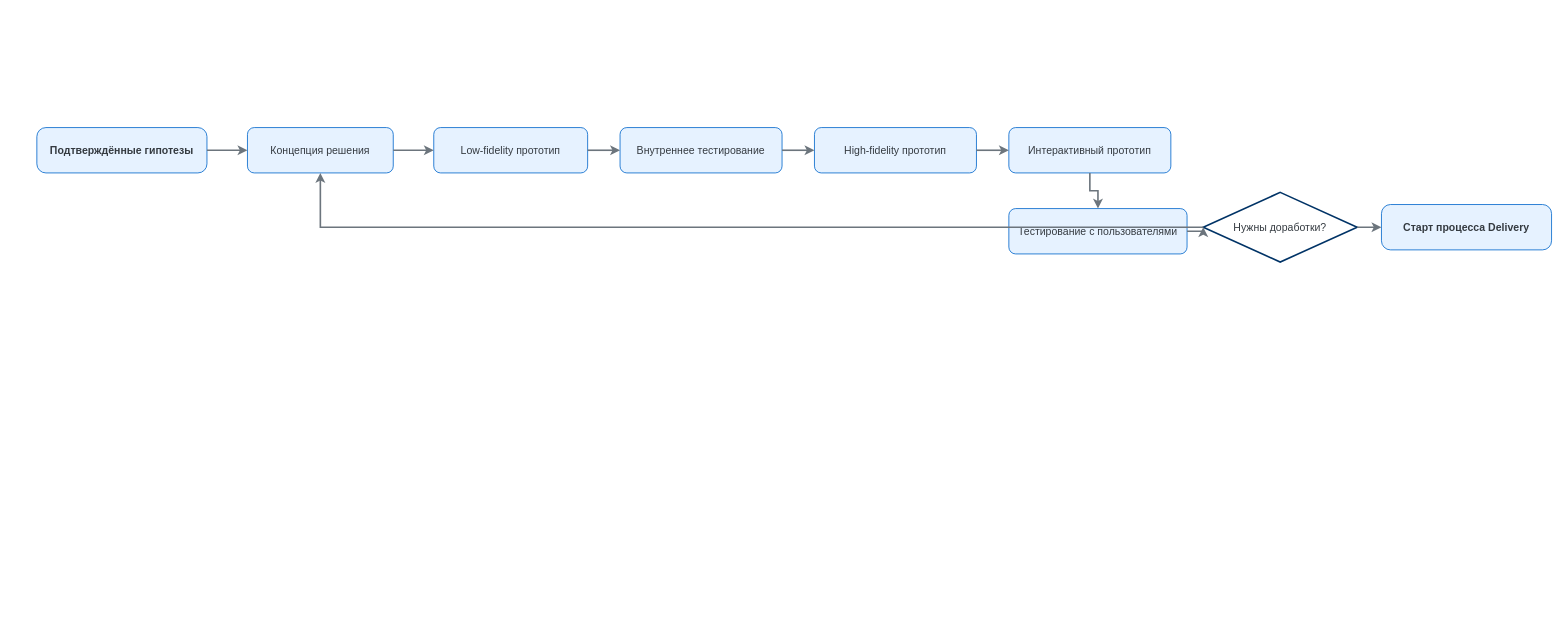
The draw.io diagram тестыИИ/discovery/drawio/03-phase-2-2-prototyping.drawio in jackrescuer-gif/Discovery-in-value, before the edit. Source tidied: cells renumbered, new cells numbered last; positions are measured from the earlier drawing's top-left corner, leaving out a move shared by most shapes. Both pictures are drawn from the tidied source at 81%, with x=0, y=0 at pixel (36, 127).
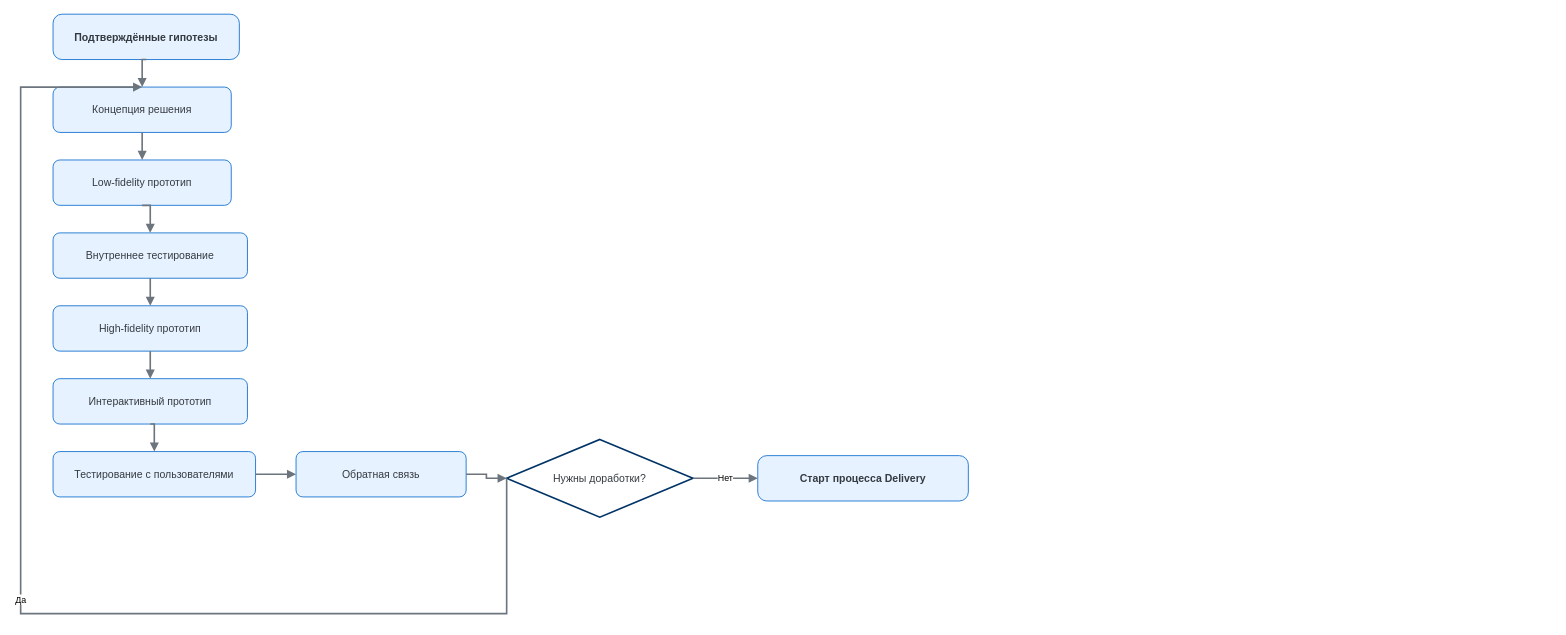
The same page after the edit.

Change to the diagram source:
```diff
@@
     <mxCell id="2" value="Подтверждённые гипотезы" style="rounded=1;whiteSpace=wrap;html=1;arcSize=20;fillColor=#E6F2FF;strokeColor=#0066CC;fontColor=#343A40;fontSize=13;fontStyle=1;" parent="1" vertex="1">
-      <mxGeometry width="210" height="56" as="geometry" />
+      <mxGeometry x="20" y="-140" width="230" height="56" as="geometry" />
     </mxCell>
     <mxCell id="3" value="Концепция решения" style="rounded=1;whiteSpace=wrap;html=1;fillColor=#E6F2FF;strokeColor=#0066CC;fontColor=#343A40;fontSize=13;" parent="1" vertex="1">
-      <mxGeometry x="260" width="180" height="56" as="geometry" />
+      <mxGeometry x="20" y="-50" width="220" height="56" as="geometry" />
     </mxCell>
     <mxCell id="4" value="Low-fidelity прототип" style="rounded=1;whiteSpace=wrap;html=1;fillColor=#E6F2FF;strokeColor=#0066CC;fontColor=#343A40;fontSize=13;" parent="1" vertex="1">
-      <mxGeometry x="490" width="190" height="56" as="geometry" />
+      <mxGeometry x="20" y="40" width="220" height="56" as="geometry" />
     </mxCell>
     <mxCell id="5" value="Внутреннее тестирование" style="rounded=1;whiteSpace=wrap;html=1;fillColor=#E6F2FF;strokeColor=#0066CC;fontColor=#343A40;fontSize=13;" parent="1" vertex="1">
-      <mxGeometry x="720" width="200" height="56" as="geometry" />
+      <mxGeometry x="20" y="130" width="240" height="56" as="geometry" />
     </mxCell>
     <mxCell id="6" value="High-fidelity прототип" style="rounded=1;whiteSpace=wrap;html=1;fillColor=#E6F2FF;strokeColor=#0066CC;fontColor=#343A40;fontSize=13;" parent="1" vertex="1">
-      <mxGeometry x="960" width="200" height="56" as="geometry" />
+      <mxGeometry x="20" y="220" width="240" height="56" as="geometry" />
     </mxCell>
     <mxCell id="7" value="Интерактивный прототип" style="rounded=1;whiteSpace=wrap;html=1;fillColor=#E6F2FF;strokeColor=#0066CC;fontColor=#343A40;fontSize=13;" parent="1" vertex="1">
-      <mxGeometry x="1200" width="200" height="56" as="geometry" />
+      <mxGeometry x="20" y="310" width="240" height="56" as="geometry" />
     </mxCell>
     <mxCell id="8" value="Тестирование с пользователями" style="rounded=1;whiteSpace=wrap;html=1;fillColor=#E6F2FF;strokeColor=#0066CC;fontColor=#343A40;fontSize=13;" parent="1" vertex="1">
-      <mxGeometry x="1200" y="100" width="220" height="56" as="geometry" />
+      <mxGeometry x="20" y="400" width="250" height="56" as="geometry" />
     </mxCell>
+    <mxCell id="20" value="Обратная связь" style="rounded=1;whiteSpace=wrap;html=1;fillColor=#E6F2FF;strokeColor=#0066CC;fontColor=#343A40;fontSize=13;" parent="1" vertex="1">
+      <mxGeometry x="320" y="400" width="210" height="56" as="geometry" />
+    </mxCell>
     <mxCell id="9" value="Нужны доработки?" style="rhombus;whiteSpace=wrap;html=1;fillColor=#FFFFFF;strokeColor=#003366;strokeWidth=2;fontColor=#343A40;fontSize=13;" parent="1" vertex="1">
-      <mxGeometry x="1440" y="80" width="190" height="86" as="geometry" />
+      <mxGeometry x="580" y="385" width="230" height="96" as="geometry" />
     </mxCell>
     <mxCell id="10" value="Старт процесса Delivery" style="rounded=1;whiteSpace=wrap;html=1;arcSize=20;fillColor=#E6F2FF;strokeColor=#0066CC;fontColor=#343A40;fontSize=13;fontStyle=1;" parent="1" vertex="1">
-      <mxGeometry x="1660" y="95" width="210" height="56" as="geometry" />
+      <mxGeometry x="890" y="405" width="260" height="56" as="geometry" />
     </mxCell>
-    <mxCell id="11" style="edgeStyle=orthogonalEdgeStyle;rounded=0;jettySize=auto;html=1;strokeColor=#6C757D;strokeWidth=2;" parent="1" edge="1" source="2" target="3">
+    <mxCell id="11" style="edgeStyle=orthogonalEdgeStyle;rounded=0;jettySize=auto;html=1;strokeColor=#6C757D;strokeWidth=2;endArrow=block;endFill=1;exitX=0.5;exitY=1;entryX=0.5;entryY=0;" parent="1" edge="1" source="2" target="3">
       <mxGeometry relative="1" as="geometry" />
     </mxCell>
-    <mxCell id="12" style="edgeStyle=orthogonalEdgeStyle;rounded=0;jettySize=auto;html=1;strokeColor=#6C757D;strokeWidth=2;" parent="1" edge="1" source="3" target="4">
+    <mxCell id="12" style="edgeStyle=orthogonalEdgeStyle;rounded=0;jettySize=auto;html=1;strokeColor=#6C757D;strokeWidth=2;endArrow=block;endFill=1;exitX=0.5;exitY=1;entryX=0.5;entryY=0;" parent="1" edge="1" source="3" target="4">
       <mxGeometry relative="1" as="geometry" />
     </mxCell>
-    <mxCell id="13" style="edgeStyle=orthogonalEdgeStyle;rounded=0;jettySize=auto;html=1;strokeColor=#6C757D;strokeWidth=2;" parent="1" edge="1" source="4" target="5">
+    <mxCell id="13" style="edgeStyle=orthogonalEdgeStyle;rounded=0;jettySize=auto;html=1;strokeColor=#6C757D;strokeWidth=2;endArrow=block;endFill=1;exitX=0.5;exitY=1;entryX=0.5;entryY=0;" parent="1" edge="1" source="4" target="5">
       <mxGeometry relative="1" as="geometry" />
     </mxCell>
-    <mxCell id="14" style="edgeStyle=orthogonalEdgeStyle;rounded=0;jettySize=auto;html=1;strokeColor=#6C757D;strokeWidth=2;" parent="1" edge="1" source="5" target="6">
+    <mxCell id="14" style="edgeStyle=orthogonalEdgeStyle;rounded=0;jettySize=auto;html=1;strokeColor=#6C757D;strokeWidth=2;endArrow=block;endFill=1;exitX=0.5;exitY=1;entryX=0.5;entryY=0;" parent="1" edge="1" source="5" target="6">
       <mxGeometry relative="1" as="geometry" />
     </mxCell>
-    <mxCell id="15" style="edgeStyle=orthogonalEdgeStyle;rounded=0;jettySize=auto;html=1;strokeColor=#6C757D;strokeWidth=2;" parent="1" edge="1" source="6" target="7">
+    <mxCell id="15" style="edgeStyle=orthogonalEdgeStyle;rounded=0;jettySize=auto;html=1;strokeColor=#6C757D;strokeWidth=2;endArrow=block;endFill=1;exitX=0.5;exitY=1;entryX=0.5;entryY=0;" parent="1" edge="1" source="6" target="7">
       <mxGeometry relative="1" as="geometry" />
     </mxCell>
-    <mxCell id="16" style="edgeStyle=orthogonalEdgeStyle;rounded=0;jettySize=auto;html=1;strokeColor=#6C757D;strokeWidth=2;" parent="1" edge="1" source="7" target="8">
+    <mxCell id="16" style="edgeStyle=orthogonalEdgeStyle;rounded=0;jettySize=auto;html=1;strokeColor=#6C757D;strokeWidth=2;endArrow=block;endFill=1;exitX=0.5;exitY=1;entryX=0.5;entryY=0;" parent="1" edge="1" source="7" target="8">
       <mxGeometry relative="1" as="geometry" />
     </mxCell>
-    <mxCell id="17" style="edgeStyle=orthogonalEdgeStyle;rounded=0;jettySize=auto;html=1;strokeColor=#6C757D;strokeWidth=2;" parent="1" edge="1" source="8" target="9">
+    <mxCell id="17" style="edgeStyle=orthogonalEdgeStyle;rounded=0;jettySize=auto;html=1;strokeColor=#6C757D;strokeWidth=2;endArrow=block;endFill=1;exitX=1;exitY=0.5;entryX=0;entryY=0.5;" parent="1" edge="1" source="8" target="20">
       <mxGeometry relative="1" as="geometry" />
     </mxCell>
-    <mxCell id="18" style="edgeStyle=orthogonalEdgeStyle;rounded=0;jettySize=auto;html=1;strokeColor=#6C757D;strokeWidth=2;" parent="1" edge="1" source="9" target="10">
+    <mxCell id="18" style="edgeStyle=orthogonalEdgeStyle;rounded=0;jettySize=auto;html=1;strokeColor=#6C757D;strokeWidth=2;endArrow=block;endFill=1;exitX=1;exitY=0.5;entryX=0;entryY=0.5;" parent="1" edge="1" source="20" target="9">
       <mxGeometry relative="1" as="geometry" />
     </mxCell>
-    <mxCell id="19" style="edgeStyle=orthogonalEdgeStyle;rounded=0;jettySize=auto;html=1;strokeColor=#6C757D;strokeWidth=2;" parent="1" edge="1" source="9" target="3">
+    <mxCell id="19" value="Нет" style="edgeStyle=orthogonalEdgeStyle;rounded=0;jettySize=auto;html=1;strokeColor=#6C757D;strokeWidth=2;endArrow=block;endFill=1;exitX=1;exitY=0.5;entryX=0;entryY=0.5;" parent="1" edge="1" source="9" target="10">
       <mxGeometry relative="1" as="geometry" />
     </mxCell>
+    <mxCell id="21" value="Да" style="edgeStyle=orthogonalEdgeStyle;rounded=0;jettySize=auto;html=1;strokeColor=#6C757D;strokeWidth=2;endArrow=block;endFill=1;exitX=0;exitY=0.5;entryX=0.5;entryY=0;" parent="1" edge="1" source="9" target="3">
+      <mxGeometry relative="1" as="geometry">
+        <Array as="points">
+          <mxPoint x="520" y="600" />
+          <mxPoint x="-20" y="600" />
+          <mxPoint x="-20" y="-22" />
+        </Array>
+      </mxGeometry>
+    </mxCell>
```
